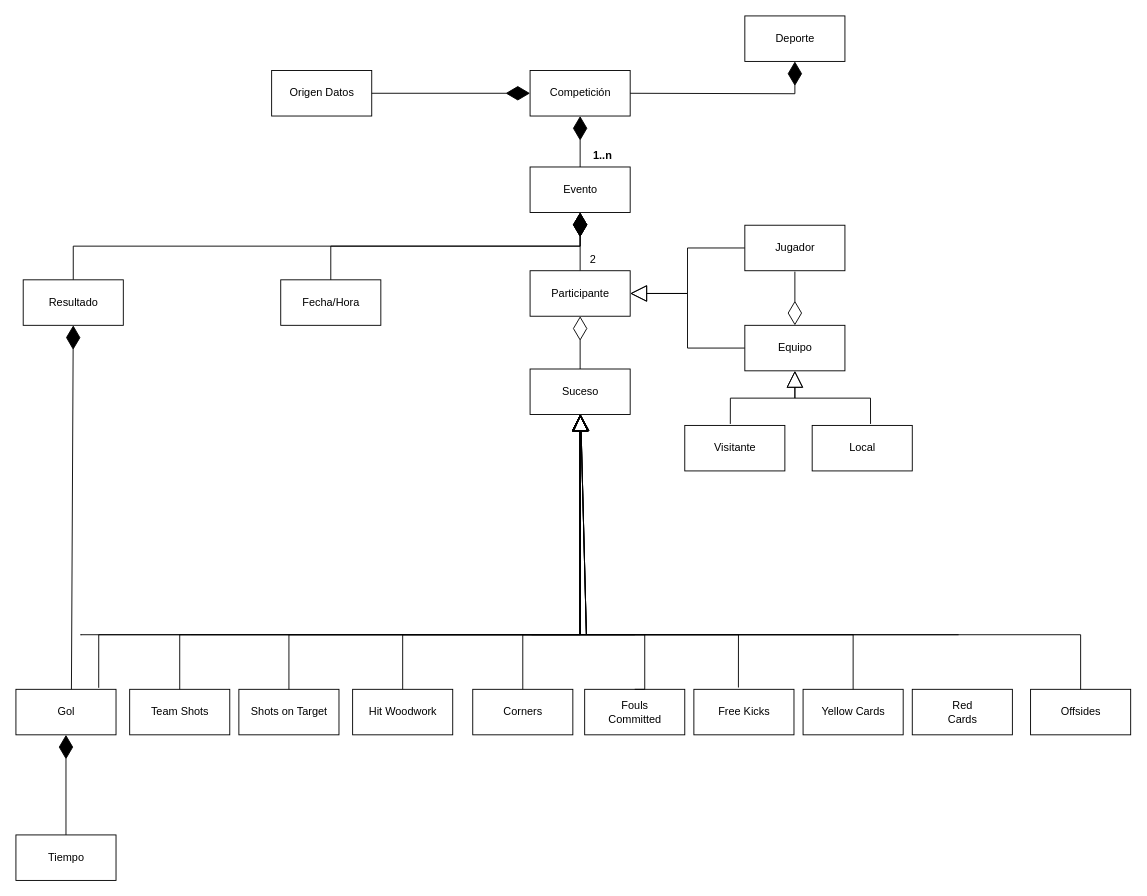
Before: DiagramaDeClases.drawio in JCAMRO5/Datos_deportivos, a draw.io diagram. Source tidied: cells renumbered, new cells numbered last; positions are measured from the earlier drawing's top-left corner, leaving out a move shared by most shapes. Both pictures are drawn from the tidied source at 91%, with x=0, y=0 at pixel (15, 15).
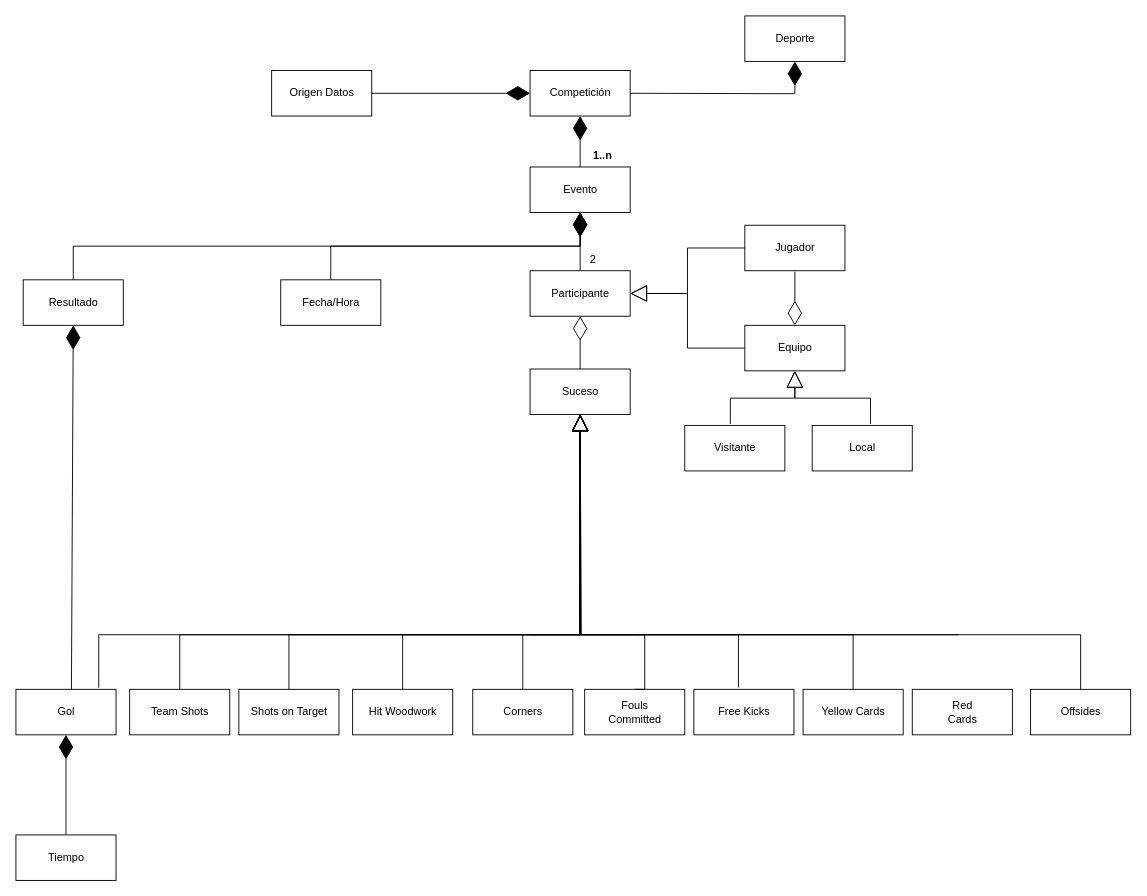
After the change.

Unchanged cells that the change refers to:
```xml
<mxCell id="7" value="Suceso" style="html=1;" parent="1" vertex="1">
  <mxGeometry x="565" y="388" width="110" height="50" as="geometry" />
</mxCell>
<mxCell id="20" style="group;" parent="1" vertex="1">
  <mxGeometry x="71" y="680" width="1098" as="geometry" />
</mxCell>
```

Diff of the diagram source:
```diff
@@
     <mxCell id="21" style="endArrow=block;endSize=16;endFill=0;html=1;exitX=0.5;exitY=0;exitDx=0;exitDy=0;rounded=0;" parent="20" edge="1" target="7">
       <mxGeometry relative="1" as="geometry">
         <mxPoint x="964.9" as="sourcePoint" />
         <Array as="points">
           <mxPoint x="964.9" />
-          <mxPoint x="555.9" />
+          <mxPoint x="550" />
         </Array>
       </mxGeometry>
     </mxCell>
     <mxCell id="22" style="endArrow=block;endSize=16;endFill=0;html=1;rounded=0;exitX=0.5;exitY=0;exitDx=0;exitDy=0;" parent="20" edge="1" target="7">
       <mxGeometry relative="1" as="geometry">
         <mxPoint x="609.1" as="sourcePoint" />
         <Array as="points">
           <mxPoint x="609.1" />
-          <mxPoint x="555.9" />
+          <mxPoint x="550" />
         </Array>
       </mxGeometry>
     </mxCell>
     <mxCell id="23" style="endArrow=block;endSize=16;endFill=0;html=1;rounded=0;" parent="20" edge="1" target="7">
       <mxGeometry relative="1" as="geometry">
         <mxPoint x="495.8" as="sourcePoint" />
         <Array as="points">
           <mxPoint x="495.8" />
-          <mxPoint x="555.9" />
+          <mxPoint x="549" />
         </Array>
       </mxGeometry>
     </mxCell>
-    <mxCell id="24" style="endArrow=block;endSize=16;endFill=0;html=1;exitX=0.5;exitY=0;exitDx=0;exitDy=0;rounded=0;" parent="20" edge="1" target="7">
-      <mxGeometry relative="1" as="geometry">
-        <mxPoint x="1" as="sourcePoint" />
-        <Array as="points">
-          <mxPoint />
-          <mxPoint x="120.7" />
-          <mxPoint x="555.9" />
-        </Array>
-      </mxGeometry>
-    </mxCell>
```
